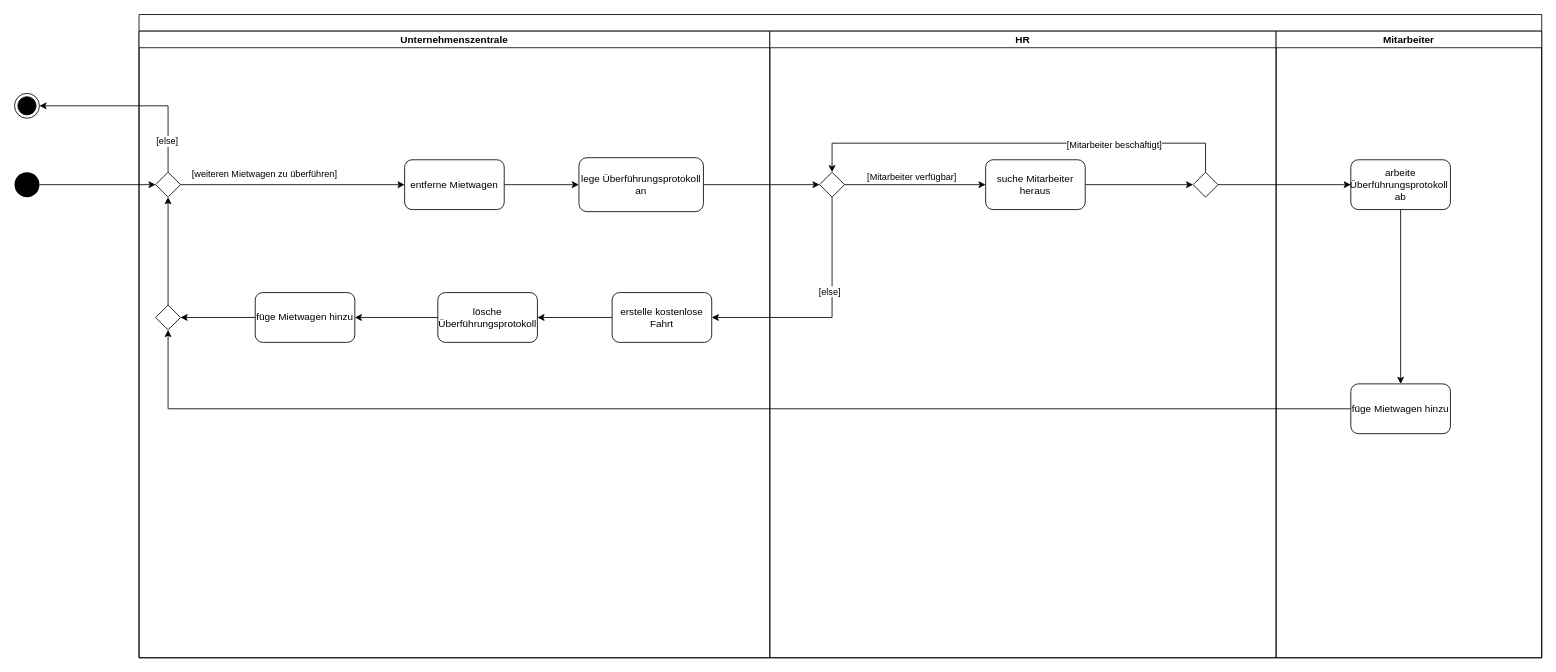
DlieBG/car_rental keeps this draw.io diagram as E - Allgemeine Verwaltung/E1 - Mietstation verwalten/02 Aktivitätsdiagram - Fahrzeuge Überführen.drawio. Above is the earlier version. Source tidied: cells renumbered, new cells numbered last; positions are measured from the earlier drawing's top-left corner, leaving out a move shared by most shapes. Both pictures are drawn from the tidied source at 83%, with x=0, y=0 at pixel (14, 14).
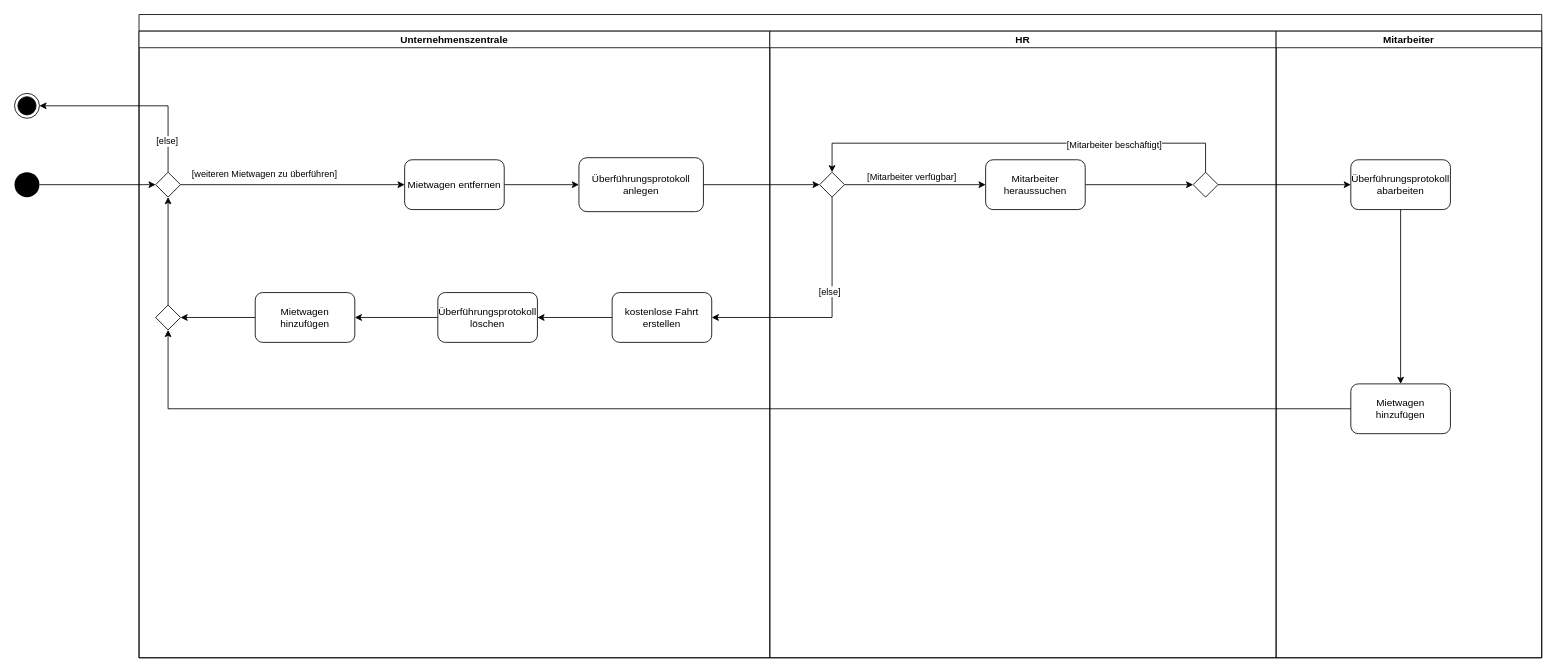
The same page after the edit.

The change refers to these unchanged cells:
```xml
<mxCell id="6" value="Unternehmenszentrale" style="swimlane;startSize=20;" parent="5" vertex="1">
  <mxGeometry y="20" width="760" height="755" as="geometry" />
</mxCell>
<mxCell id="21" value="HR" style="swimlane;startSize=20;" parent="5" vertex="1">
  <mxGeometry x="760" y="20" width="610" height="755" as="geometry" />
</mxCell>
<mxCell id="30" value="Mitarbeiter" style="swimlane;startSize=20;" parent="5" vertex="1">
  <mxGeometry x="1370" y="20" width="320" height="755" as="geometry" />
</mxCell>
```

Diff of the diagram source:
```diff
@@
-    <mxCell id="9" value="entferne Mietwagen" style="rounded=1;whiteSpace=wrap;html=1;" parent="6" vertex="1">
+    <mxCell id="9" value="Mietwagen entfernen" style="rounded=1;whiteSpace=wrap;html=1;" parent="6" vertex="1">
       <mxGeometry x="320" y="155" width="120" height="60" as="geometry" />
     </mxCell>
-    <mxCell id="10" value="lege Überführungsprotokoll an" style="rounded=1;whiteSpace=wrap;html=1;" parent="6" vertex="1">
+    <mxCell id="10" value="Überführungsprotokoll anlegen" style="rounded=1;whiteSpace=wrap;html=1;" parent="6" vertex="1">
       <mxGeometry x="530" y="152.5" width="150" height="65" as="geometry" />
     </mxCell>
@@
-    <mxCell id="16" value="erstelle kostenlose Fahrt" style="rounded=1;whiteSpace=wrap;html=1;" parent="6" vertex="1">
+    <mxCell id="16" value="kostenlose Fahrt erstellen" style="rounded=1;whiteSpace=wrap;html=1;" parent="6" vertex="1">
       <mxGeometry x="570" y="315" width="120" height="60" as="geometry" />
     </mxCell>
@@
-    <mxCell id="18" value="lösche Überführungsprotokoll" style="rounded=1;whiteSpace=wrap;html=1;" parent="6" vertex="1">
+    <mxCell id="18" value="Überführungsprotokoll löschen" style="rounded=1;whiteSpace=wrap;html=1;" parent="6" vertex="1">
       <mxGeometry x="360" y="315" width="120" height="60" as="geometry" />
     </mxCell>
@@
-    <mxCell id="20" value="füge Mietwagen hinzu" style="rounded=1;whiteSpace=wrap;html=1;" parent="6" vertex="1">
+    <mxCell id="20" value="Mietwagen hinzufügen" style="rounded=1;whiteSpace=wrap;html=1;" parent="6" vertex="1">
       <mxGeometry x="140" y="315" width="120" height="60" as="geometry" />
     </mxCell>
@@
-    <mxCell id="26" value="suche Mitarbeiter heraus" style="whiteSpace=wrap;html=1;rounded=1;" parent="21" vertex="1">
+    <mxCell id="26" value="Mitarbeiter heraussuchen" style="whiteSpace=wrap;html=1;rounded=1;" parent="21" vertex="1">
       <mxGeometry x="260" y="155" width="120" height="60" as="geometry" />
     </mxCell>
@@
-    <mxCell id="32" value="arbeite Überführungsprotokoll&amp;nbsp; ab" style="rounded=1;whiteSpace=wrap;html=1;" parent="30" vertex="1">
+    <mxCell id="32" value=" Überführungsprotokoll abarbeiten" style="rounded=1;whiteSpace=wrap;html=1;" parent="30" vertex="1">
       <mxGeometry x="90" y="155" width="120" height="60" as="geometry" />
     </mxCell>
-    <mxCell id="33" value="füge Mietwagen hinzu" style="rounded=1;whiteSpace=wrap;html=1;" parent="30" vertex="1">
+    <mxCell id="33" value="Mietwagen hinzufügen" style="rounded=1;whiteSpace=wrap;html=1;" parent="30" vertex="1">
       <mxGeometry x="90" y="425" width="120" height="60" as="geometry" />
     </mxCell>
```
